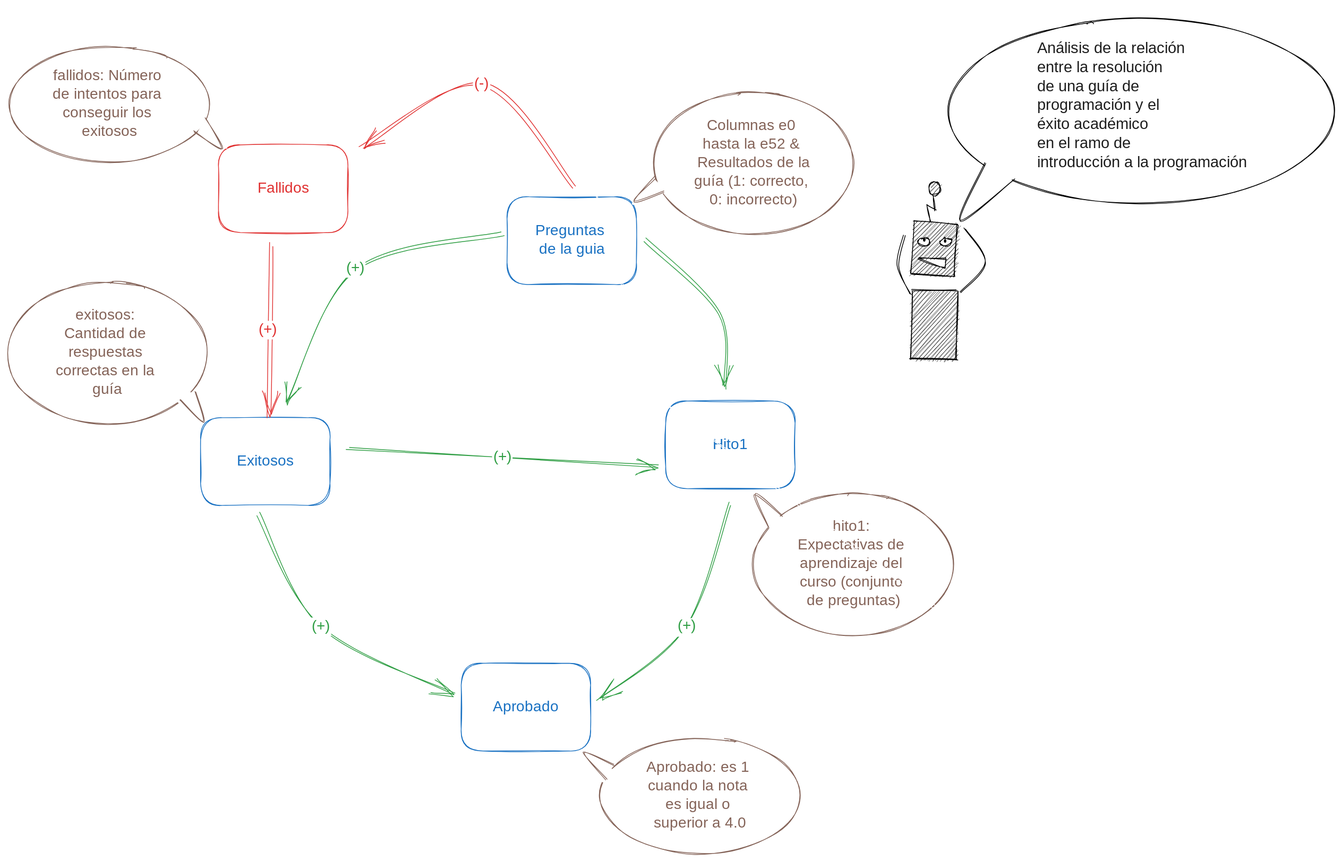
The Excalidraw diagram AWS/diagrama_causal_tesis.excalidraw.svg in tonporaqui/diagramas, before a commit. Source tidied: one line per element, renumbered; positions are measured from the earlier drawing's top-left corner, leaving out a move shared by most shapes.
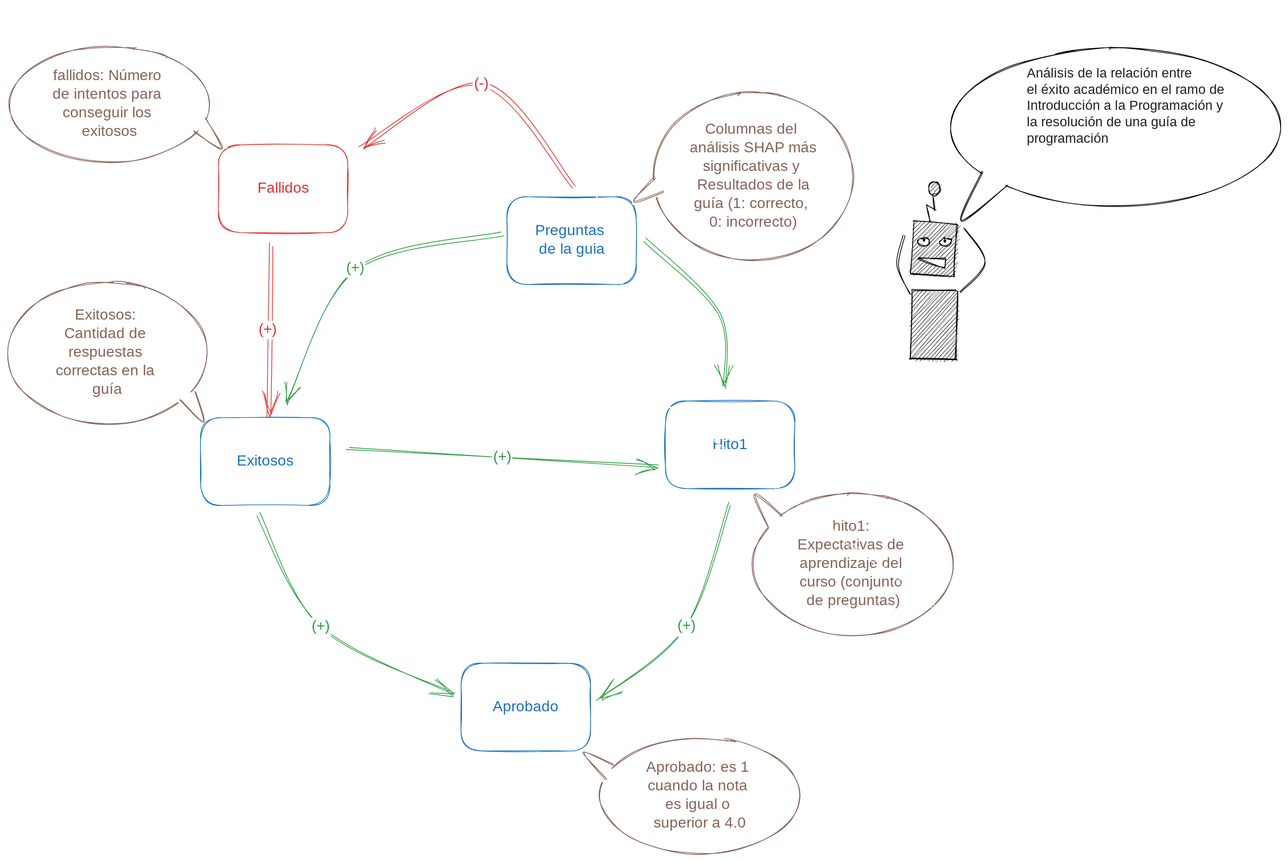
The same file after the commit.

Commit message:
actualizacion simple del diagrama

Change to the diagram source:
```diff
@@ -19,15 +19,15 @@
 {"id": 18, "type": "arrow", "strokeColor": "#2f9e44", "strokeWidth": 1, "roughness": 2, "endArrowhead": "arrow", "round": true, "from": 6, "to": 8, "x": 340, "y": 679, "width": 261, "height": 243, "points": [[0, 0], [82, 152], [261, 243]]}
 {"id": 19, "type": "text", "text": "(+)", "strokeColor": "#2f9e44", "strokeWidth": 1, "roughness": 2, "fontSize": 20, "fontFamily": 1, "textAlign": "center", "verticalAlign": "middle", "inside": 18, "x": 408, "y": 818, "width": 28, "height": 25}
 {"id": 20, "type": "ellipse", "strokeColor": "#846358", "strokeWidth": 1, "roughness": 1, "x": 0, "y": 367, "width": 269, "height": 191}
-{"id": 21, "type": "text", "text": "exitosos: \nCantidad de \nrespuestas \ncorrectas en la \nguía", "strokeColor": "#846358", "strokeWidth": 1, "roughness": 2, "fontSize": 20, "fontFamily": 1, "textAlign": "center", "verticalAlign": "middle", "inside": 20, "x": 53, "y": 400, "width": 164, "height": 125}
+{"id": 21, "type": "text", "text": "Exitosos: \nCantidad de \nrespuestas \ncorrectas en la \nguía", "strokeColor": "#846358", "strokeWidth": 1, "roughness": 2, "fontSize": 20, "fontFamily": 1, "textAlign": "center", "verticalAlign": "middle", "inside": 20, "x": 53, "y": 400, "width": 164, "height": 125}
 {"id": 22, "type": "line", "strokeColor": "#ffffff", "angle": 5.01, "backgroundColor": "#fff", "fillStyle": "solid", "strokeWidth": 1, "roughness": 0, "round": true, "x": 248, "y": 514, "width": 36, "height": 40, "points": [[0, 0], [-19, 40], [17, 13], [0, 0]]}
 {"id": 23, "type": "line", "strokeColor": "#846358", "angle": 5.01, "strokeWidth": 1, "roughness": 1, "round": true, "x": 250, "y": 512, "width": 35, "height": 39, "points": [[0, 0], [-18, 39], [17, 16]]}
 {"id": 24, "type": "ellipse", "strokeColor": "#846358", "strokeWidth": 1, "roughness": 1, "x": 3, "y": 50, "width": 269, "height": 156}
 {"id": 25, "type": "text", "text": "fallidos: Número \nde intentos para \nconseguir los \nexitosos", "strokeColor": "#846358", "strokeWidth": 1, "roughness": 2, "fontSize": 20, "fontFamily": 1, "textAlign": "center", "verticalAlign": "middle", "inside": 24, "x": 49, "y": 78, "width": 176, "height": 100}
 {"id": 26, "type": "line", "strokeColor": "#ffffff", "angle": 4.8, "backgroundColor": "#fff", "fillStyle": "solid", "strokeWidth": 1, "roughness": 0, "round": true, "x": 278, "y": 147, "width": 36, "height": 40, "points": [[0, 0], [-19, 40], [17, 13], [0, 0]]}
 {"id": 27, "type": "line", "strokeColor": "#846358", "angle": 4.86, "strokeWidth": 1, "roughness": 1, "round": true, "x": 270, "y": 146, "width": 37, "height": 40, "points": [[0, 0], [-18, 40], [20, 12]]}
-{"id": 28, "type": "ellipse", "strokeColor": "#846358", "strokeWidth": 1, "roughness": 1, "x": 869, "y": 111, "width": 269, "height": 191}
+{"id": 28, "type": "ellipse", "strokeColor": "#846358", "strokeWidth": 1, "roughness": 1, "x": 869, "y": 111, "width": 269, "height": 226}
-{"id": 29, "type": "text", "text": "Columnas e0 \nhasta la e52 & \nResultados de la\nguía (1: correcto, \n0: incorrecto)", "strokeColor": "#846358", "strokeWidth": 1, "roughness": 2, "fontSize": 20, "fontFamily": 1, "textAlign": "center", "verticalAlign": "middle", "inside": 28, "x": 915, "y": 144, "width": 176, "height": 125}
+{"id": 29, "type": "text", "text": "Columnas del \nanálisis SHAP más\nsignificativas y \nResultados de la\nguía (1: correcto, \n0: incorrecto)", "strokeColor": "#846358", "strokeWidth": 1, "roughness": 2, "fontSize": 20, "fontFamily": 1, "textAlign": "center", "verticalAlign": "middle", "inside": 28, "x": 915, "y": 149, "width": 176, "height": 150}
 {"id": 30, "type": "line", "strokeColor": "#ffffff", "angle": 6.58, "backgroundColor": "#fff", "fillStyle": "solid", "strokeWidth": 1, "roughness": 0, "round": true, "x": 864, "y": 228, "width": 36, "height": 40, "points": [[0, 0], [-19, 40], [17, 13], [0, 0]]}
 {"id": 31, "type": "line", "strokeColor": "#846358", "angle": 6.58, "strokeWidth": 1, "roughness": 1, "round": true, "x": 865, "y": 224, "width": 35, "height": 40, "points": [[0, 0], [-18, 40], [17, 16]]}
 {"id": 32, "type": "ellipse", "strokeColor": "#846358", "strokeWidth": 1, "roughness": 1, "x": 797, "y": 980, "width": 269, "height": 156}
@@ -53,7 +53,7 @@
 {"id": 52, "type": "line", "strokeColor": "#000000", "backgroundColor": "#000000", "fillStyle": "hachure", "strokeWidth": 1, "roughness": 1, "x": 1242, "y": 286, "width": 12, "height": 37, "points": [[0, 0], [-6, -23], [6, -17], [3, -37]]}
 {"id": 53, "type": "ellipse", "strokeColor": "#000000", "backgroundColor": "#000000", "fillStyle": "solid", "strokeWidth": 1, "roughness": 0, "x": 1260, "y": 309, "width": 2, "height": 4}
 {"id": 54, "type": "ellipse", "strokeColor": "#000000", "backgroundColor": "#000000", "fillStyle": "solid", "strokeWidth": 1, "roughness": 0, "x": 1232, "y": 308, "width": 2, "height": 4}
-{"id": 55, "type": "ellipse", "strokeColor": "#000000", "strokeWidth": 1, "roughness": 1, "x": 1265, "y": 12, "width": 520, "height": 249}
+{"id": 55, "type": "ellipse", "strokeColor": "#000000", "strokeWidth": 1, "roughness": 1, "x": 1269, "y": 52, "width": 444, "height": 212}
-{"id": 56, "type": "line", "strokeColor": "#fff", "backgroundColor": "#fff", "fillStyle": "solid", "strokeWidth": 1, "roughness": 0, "round": true, "x": 1317, "y": 206, "width": 69, "height": 78, "points": [[0, 0], [-37, 78], [32, 26], [0, 0]]}
+{"id": 56, "type": "line", "strokeColor": "#fff", "backgroundColor": "#fff", "fillStyle": "solid", "strokeWidth": 1, "roughness": 0, "round": true, "x": 1314, "y": 218, "width": 59, "height": 66, "points": [[0, 0], [-31, 66], [28, 22], [0, 0]]}
-{"id": 57, "type": "line", "strokeColor": "#000000", "strokeWidth": 1, "roughness": 1, "round": true, "x": 1315, "y": 207, "width": 72, "height": 77, "points": [[0, 0], [-34, 77], [38, 23]]}
+{"id": 57, "type": "line", "strokeColor": "#000000", "strokeWidth": 1, "roughness": 1, "round": true, "x": 1312, "y": 218, "width": 62, "height": 66, "points": [[0, 0], [-29, 66], [33, 19]]}
-{"id": 58, "type": "text", "text": "Análisis de la relación \nentre la resolución \nde una guía de \nprogramación y el \néxito académico \nen el ramo de \nintroducción a la programación", "strokeColor": "#1e1e1e", "backgroundColor": "#fff", "fillStyle": "hachure", "strokeWidth": 1, "roughness": 2, "fontSize": 20.52, "fontFamily": 1, "x": 1385, "y": 40, "width": 304, "height": 180}
+{"id": 58, "type": "text", "text": "Análisis de la relación entre \nel éxito académico en el ramo de \nIntroducción a la Programación y \nla resolución de una guía de \nprogramación", "strokeColor": "#1e1e1e", "backgroundColor": "#fff", "fillStyle": "hachure", "strokeWidth": 1, "roughness": 2, "fontSize": 17.51, "fontFamily": 1, "x": 1371, "y": 76, "width": 297, "height": 109}
```
